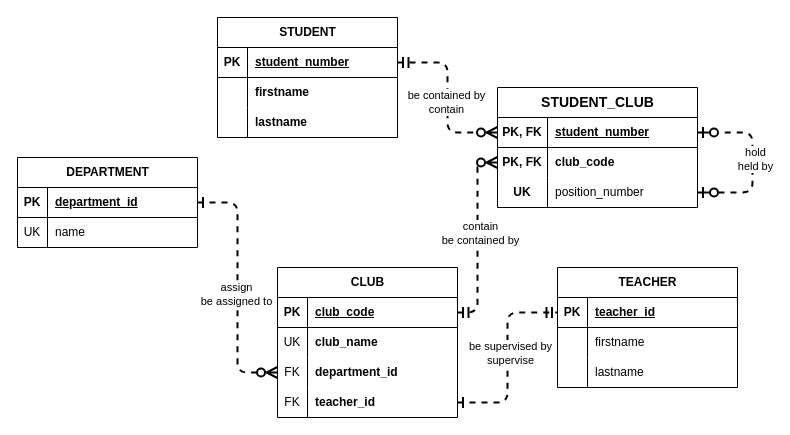
The draw.io diagram page "P0305b" (2 of 2) of relational-database-design/c3/P0305.drawio in qichendev/assignments, before the edit. Source tidied: cells renumbered, new cells numbered last; positions are measured from the earlier drawing's top-left corner, leaving out a move shared by most shapes. Both pictures are drawn from the tidied source at 100%, with x=0, y=0 at pixel (17, 17).
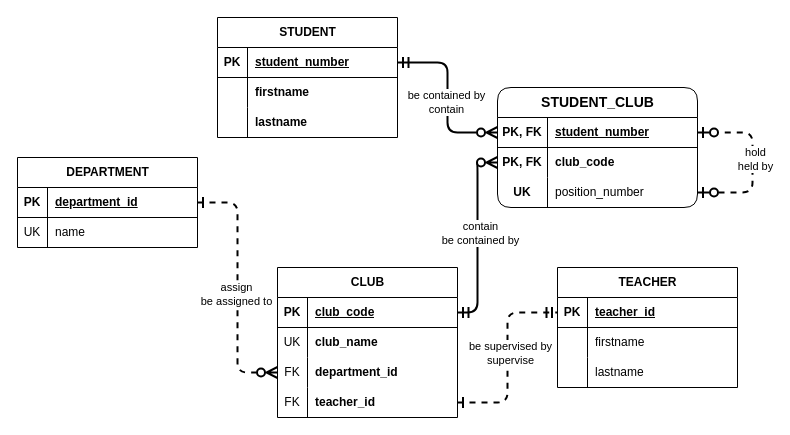
After the change.

The change refers to these unchanged cells:
```xml
<mxCell id="10" style="shape=tableRow;horizontal=0;startSize=0;swimlaneHead=0;swimlaneBody=0;fillColor=none;points=[[0,0.5],[1,0.5]];portConstraint=eastwest;top=0;left=0;right=0;bottom=1;" parent="9" vertex="1">
  <mxGeometry y="30" width="180" height="30" as="geometry" />
</mxCell>
<mxCell id="33" style="shape=tableRow;horizontal=0;startSize=0;swimlaneHead=0;swimlaneBody=0;fillColor=none;points=[[0,0.5],[1,0.5]];portConstraint=eastwest;top=0;left=0;right=0;bottom=1;" parent="32" vertex="1">
  <mxGeometry y="30" width="180" height="30" as="geometry" />
</mxCell>
<mxCell id="49" style="shape=tableRow;horizontal=0;startSize=0;swimlaneHead=0;swimlaneBody=0;fillColor=none;points=[[0,0.5],[1,0.5]];portConstraint=eastwest;top=0;left=0;right=0;bottom=1;" parent="48" vertex="1">
  <mxGeometry y="30" width="200" height="30" as="geometry" />
</mxCell>
<mxCell id="52" style="shape=tableRow;horizontal=0;startSize=0;swimlaneHead=0;swimlaneBody=0;fillColor=none;points=[[0,0.5],[1,0.5]];portConstraint=eastwest;top=0;left=0;right=0;bottom=0;" parent="48" vertex="1">
  <mxGeometry y="60" width="200" height="30" as="geometry" />
</mxCell>
```

Diff of the diagram source:
```diff
@@
-    <mxCell id="46" style="edgeStyle=elbowEdgeStyle;fontSize=12;html=1;endArrow=ERzeroToMany;startArrow=ERmandOne;rounded=1;endSize=8;startSize=8;strokeWidth=2;dashed=1;jumpStyle=none;curved=0;startFill=0;endFill=0;exitX=1;exitY=0.5;exitDx=0;exitDy=0;entryX=0;entryY=0.5;entryDx=0;entryDy=0;" parent="1" edge="1" source="10" target="52">
+    <mxCell id="46" style="edgeStyle=elbowEdgeStyle;fontSize=12;html=1;endArrow=ERzeroToMany;startArrow=ERmandOne;rounded=1;endSize=8;startSize=8;strokeWidth=2;jumpStyle=none;curved=0;startFill=0;endFill=0;exitX=1;exitY=0.5;exitDx=0;exitDy=0;entryX=0;entryY=0.5;entryDx=0;entryDy=0;" parent="1" edge="1" source="10" target="52">
       <mxGeometry relative="1" as="geometry" />
     </mxCell>
@@
-    <mxCell id="48" value="&lt;span style=&quot;font-size: 14px;&quot;&gt;&lt;b&gt;STUDENT_CLUB&lt;/b&gt;&lt;/span&gt;" style="shape=table;startSize=30;childLayout=tableLayout;rowLines=0;fontStyle=0;align=center;html=1;" parent="1" vertex="1">
+    <mxCell id="48" value="&lt;span style=&quot;font-size: 14px;&quot;&gt;&lt;b&gt;STUDENT_CLUB&lt;/b&gt;&lt;/span&gt;" style="shape=table;startSize=30;childLayout=tableLayout;rowLines=0;fontStyle=0;align=center;html=1;rounded=1;" parent="1" vertex="1">
       <mxGeometry x="480" y="70" width="200" height="120" as="geometry" />
     </mxCell>
@@
-    <mxCell id="60" style="edgeStyle=elbowEdgeStyle;fontSize=12;html=1;endArrow=ERzeroToMany;startArrow=ERmandOne;rounded=1;endSize=8;startSize=8;strokeWidth=2;dashed=1;jumpStyle=none;curved=0;startFill=0;endFill=0;exitX=1;exitY=0.5;exitDx=0;exitDy=0;entryX=0;entryY=0.5;entryDx=0;entryDy=0;" parent="1" edge="1" source="33" target="49">
+    <mxCell id="60" style="edgeStyle=elbowEdgeStyle;fontSize=12;html=1;endArrow=ERzeroToMany;startArrow=ERmandOne;rounded=1;endSize=8;startSize=8;strokeWidth=2;jumpStyle=none;curved=0;startFill=0;endFill=0;exitX=1;exitY=0.5;exitDx=0;exitDy=0;entryX=0;entryY=0.5;entryDx=0;entryDy=0;" parent="1" edge="1" source="33" target="49">
       <mxGeometry relative="1" as="geometry" />
     </mxCell>
```
